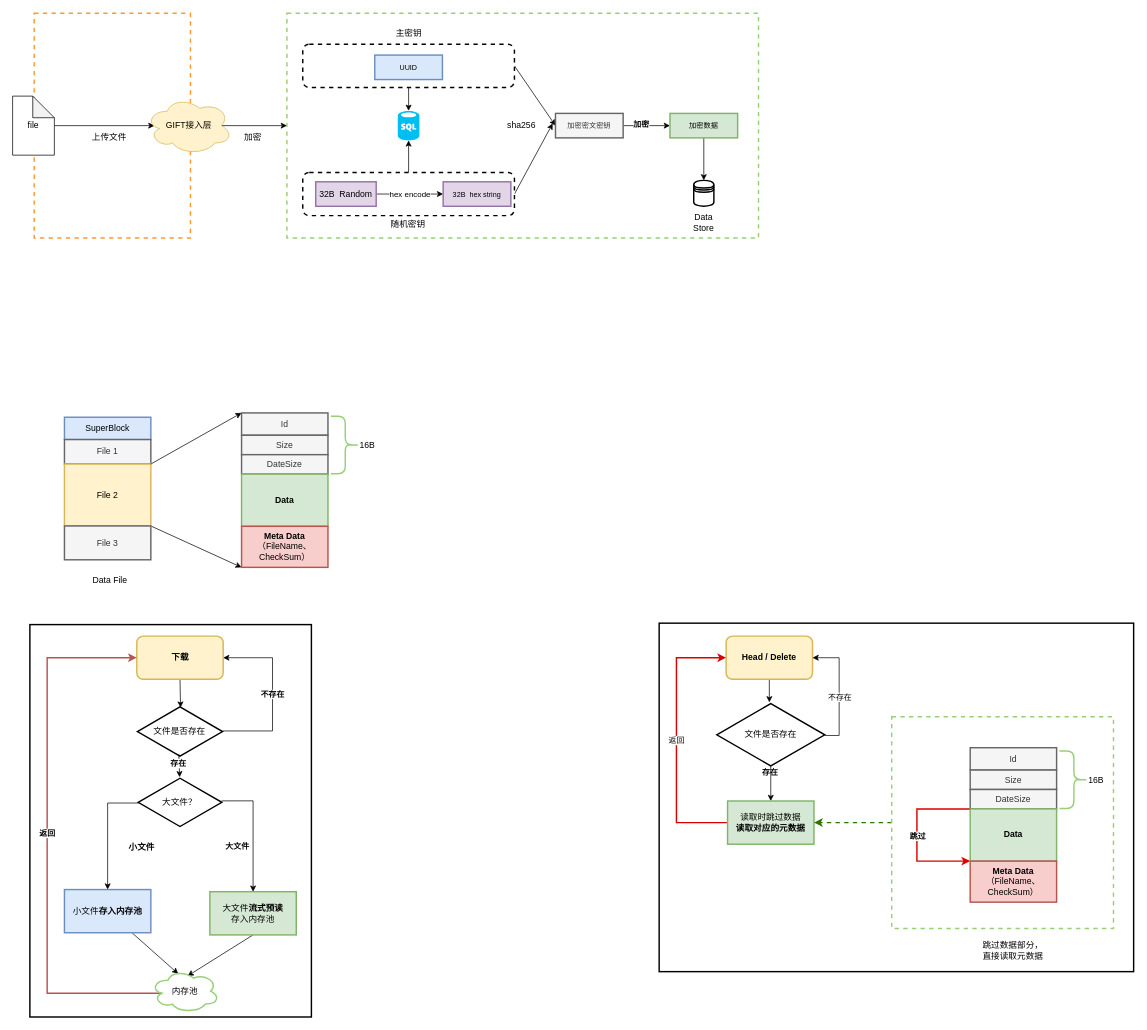
Above: Untitled Diagram.drawio in Ixtxw/mygithub (draw.io), before the change. Source tidied: cells renumbered, new cells numbered last; positions are measured from the earlier drawing's top-left corner, leaving out a move shared by most shapes. Both pictures are drawn from the tidied source at 72%, with x=0, y=0 at pixel (12, 13).
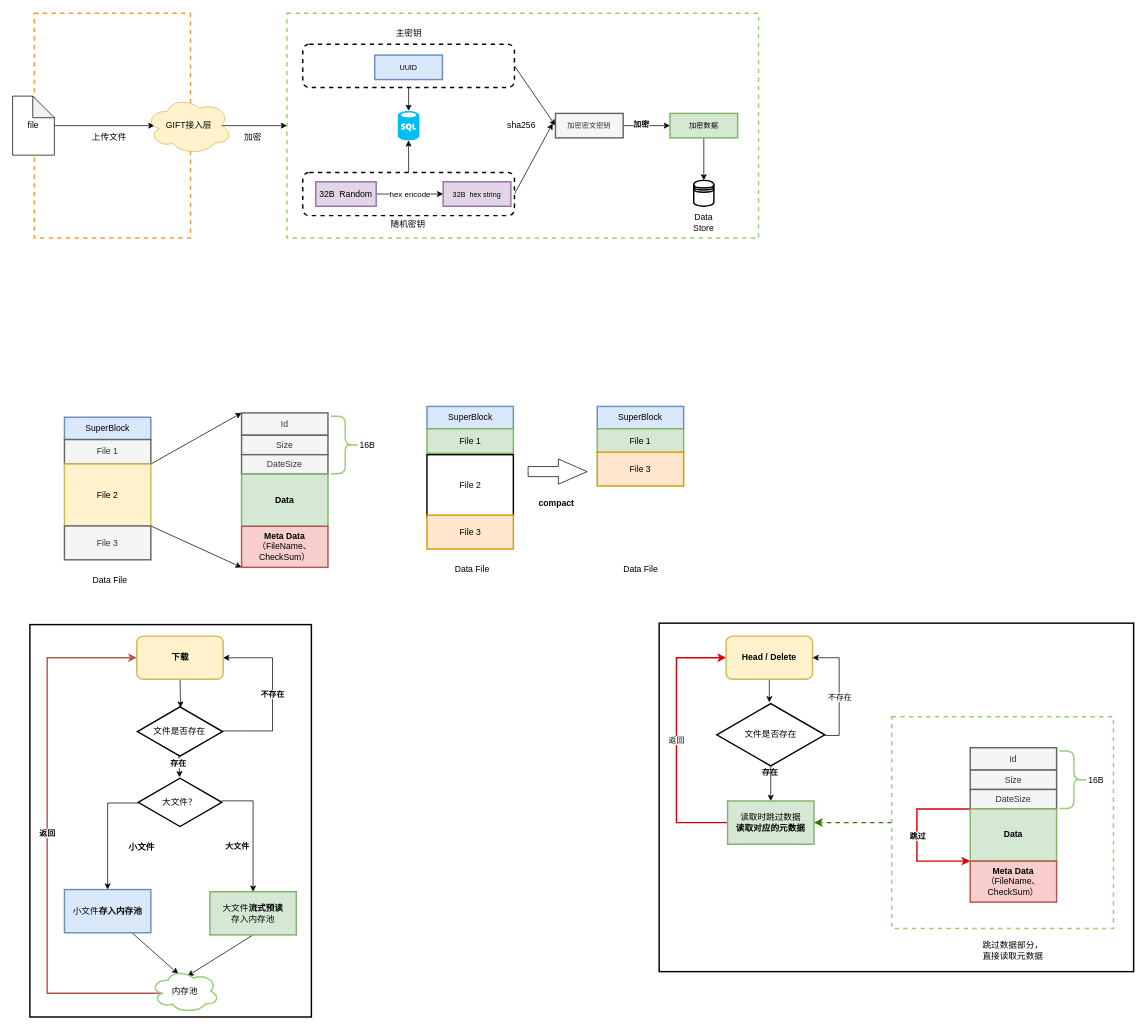
After the change.

Diff of the diagram source:
```diff
@@
+    <mxCell id="86" value="SuperBlock" style="rounded=0;whiteSpace=wrap;html=1;strokeColor=#6c8ebf;strokeWidth=2;fillColor=#dae8fc;" parent="1" vertex="1">
+      <mxGeometry x="575.5" y="546" width="120" height="31" as="geometry" />
+    </mxCell>
+    <mxCell id="87" value="File 1" style="rounded=0;whiteSpace=wrap;html=1;strokeColor=#82b366;strokeWidth=2;fillColor=#d5e8d4;" parent="1" vertex="1">
+      <mxGeometry x="575.5" y="577" width="120" height="34" as="geometry" />
+    </mxCell>
+    <mxCell id="88" value="File 2" style="rounded=0;whiteSpace=wrap;html=1;strokeWidth=2;" parent="1" vertex="1">
+      <mxGeometry x="575.5" y="613" width="120" height="86" as="geometry" />
+    </mxCell>
+    <mxCell id="89" value="File 3" style="rounded=0;whiteSpace=wrap;html=1;strokeColor=#d79b00;strokeWidth=2;fillColor=#ffe6cc;" parent="1" vertex="1">
+      <mxGeometry x="575.5" y="697" width="120" height="47" as="geometry" />
+    </mxCell>
+    <mxCell id="90" value="Data File" style="text;html=1;align=center;verticalAlign=middle;strokeColor=none;fillColor=none;" parent="1" vertex="1">
+      <mxGeometry x="609" y="764" width="58" height="18" as="geometry" />
+    </mxCell>
+    <mxCell id="91" value="SuperBlock" style="rounded=0;whiteSpace=wrap;html=1;strokeColor=#6c8ebf;strokeWidth=2;fillColor=#dae8fc;" parent="1" vertex="1">
+      <mxGeometry x="812" y="546" width="120" height="31" as="geometry" />
+    </mxCell>
+    <mxCell id="92" value="File 1" style="rounded=0;whiteSpace=wrap;html=1;strokeColor=#82b366;strokeWidth=2;fillColor=#d5e8d4;" parent="1" vertex="1">
+      <mxGeometry x="812" y="577" width="120" height="34" as="geometry" />
+    </mxCell>
+    <mxCell id="93" value="File 3" style="rounded=0;whiteSpace=wrap;html=1;strokeColor=#d79b00;strokeWidth=2;fillColor=#ffe6cc;" parent="1" vertex="1">
+      <mxGeometry x="812" y="609.5" width="120" height="47" as="geometry" />
+    </mxCell>
+    <mxCell id="94" value="Data File" style="text;html=1;align=center;verticalAlign=middle;strokeColor=none;fillColor=none;" parent="1" vertex="1">
+      <mxGeometry x="843" y="764" width="58" height="18" as="geometry" />
+    </mxCell>
+    <mxCell id="95" style="html=1;shadow=0;dashed=0;align=center;verticalAlign=middle;shape=mxgraph.arrows2.arrow;dy=0.6;dx=40;notch=0;" parent="1" vertex="1">
+      <mxGeometry x="716" y="619" width="82" height="35" as="geometry" />
+    </mxCell>
+    <mxCell id="96" value="&lt;b&gt;compact&lt;/b&gt;" style="text;html=1;align=center;verticalAlign=middle;strokeColor=none;fillColor=none;" parent="1" vertex="1">
+      <mxGeometry x="725" y="672" width="59" height="18" as="geometry" />
+    </mxCell>
```
